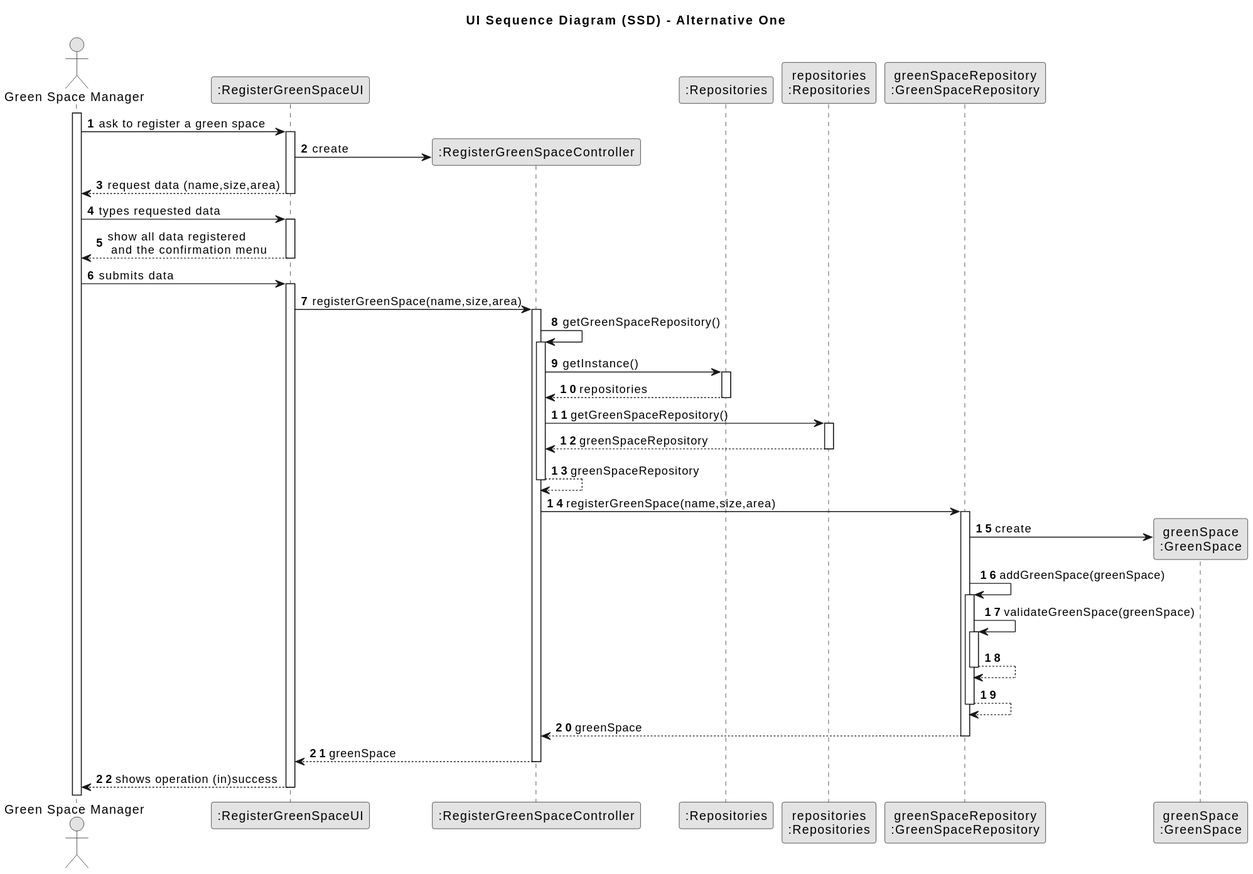
Above: docs/sprintC/us020/03.design/svg/us020-sequence-diagram-full.svg in SAEmanuel/Green_Spaces_Management_ISEP (PlantUML), before the change. Its diagram source:
```plantuml
@startuml
skinparam monochrome true
skinparam packageStyle rectangle
skinparam shadowing false

title UI Sequence Diagram (SSD) - Alternative One

autonumber

actor "Green Space Manager" as Employee
participant ":RegisterGreenSpaceUI" as UI
participant ":RegisterGreenSpaceController" as CTRL
participant ":Repositories" as RepositorySingleton
participant "repositories\n:Repositories" as PLAT
participant "greenSpaceRepository\n:GreenSpaceRepository" as greenSpaceRepository
participant "greenSpace\n:GreenSpace" as EMPREGO


activate Employee

    Employee -> UI : ask to register a green space
    activate UI

    UI -> CTRL** : create

        UI --> Employee : request data (name,size,area)
    deactivate UI

    Employee -> UI : types requested data

    activate UI

        UI --> Employee : show all data registered\n and the confirmation menu
    deactivate UI

    Employee -> UI : submits data
    activate UI

    UI -> CTRL : registerGreenSpace(name,size,area)
    activate CTRL

    CTRL -> CTRL : getGreenSpaceRepository()
    activate CTRL


        CTRL -> RepositorySingleton : getInstance()
        activate RepositorySingleton

        RepositorySingleton --> CTRL: repositories
        deactivate RepositorySingleton

        CTRL -> PLAT : getGreenSpaceRepository()
        activate PLAT

        PLAT --> CTRL: greenSpaceRepository
        deactivate PLAT

        CTRL --> CTRL : greenSpaceRepository

    deactivate CTRL

    CTRL -> greenSpaceRepository : registerGreenSpace(name,size,area)
    activate greenSpaceRepository

    greenSpaceRepository -> EMPREGO** : create

    greenSpaceRepository -> greenSpaceRepository : addGreenSpace(greenSpace)

    activate greenSpaceRepository
    greenSpaceRepository -> greenSpaceRepository : validateGreenSpace(greenSpace)
    activate greenSpaceRepository
    greenSpaceRepository --> greenSpaceRepository
    deactivate greenSpaceRepository
    greenSpaceRepository --> greenSpaceRepository
    deactivate greenSpaceRepository



    greenSpaceRepository --> CTRL : greenSpace
    deactivate greenSpaceRepository
    CTRL --> UI : greenSpace
    deactivate CTRL

        UI --> Employee : shows operation (in)success
    deactivate UI
@enduml
```
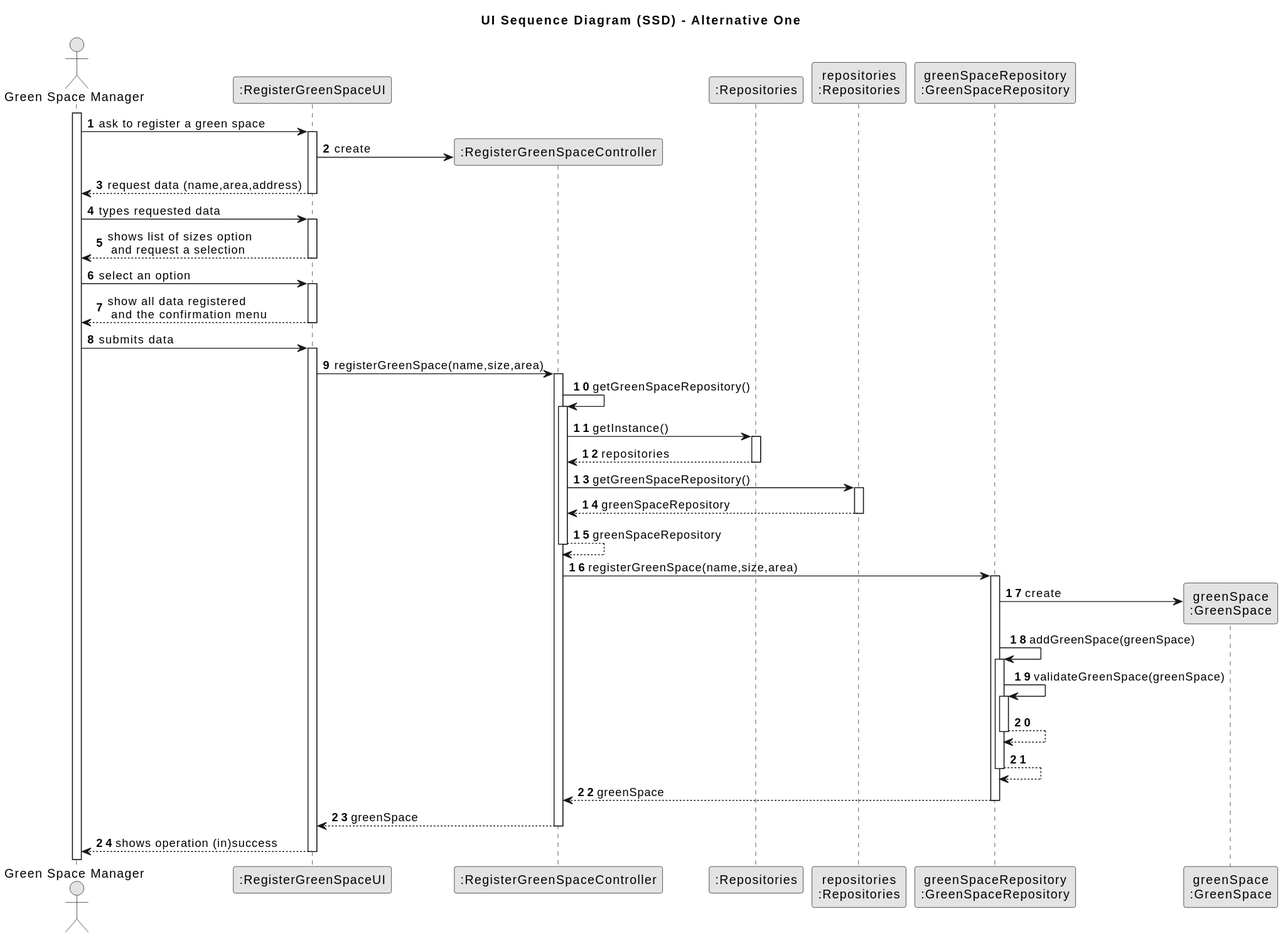
Later version of the same file.

Diff of the diagram source:
```diff
@@ -23,10 +23,17 @@
 
     UI -> CTRL** : create
 
-        UI --> Employee : request data (name,size,area)
-    deactivate UI
+        UI --> Employee : request data (name,area,address)
+            deactivate UI
 
-    Employee -> UI : types requested data
+            Employee -> UI : types requested data
+
+            activate UI
+
+                    UI --> Employee : shows list of sizes option\n and request a selection
+                deactivate UI
+
+                Employee -> UI : select an option
 
     activate UI
 
```
